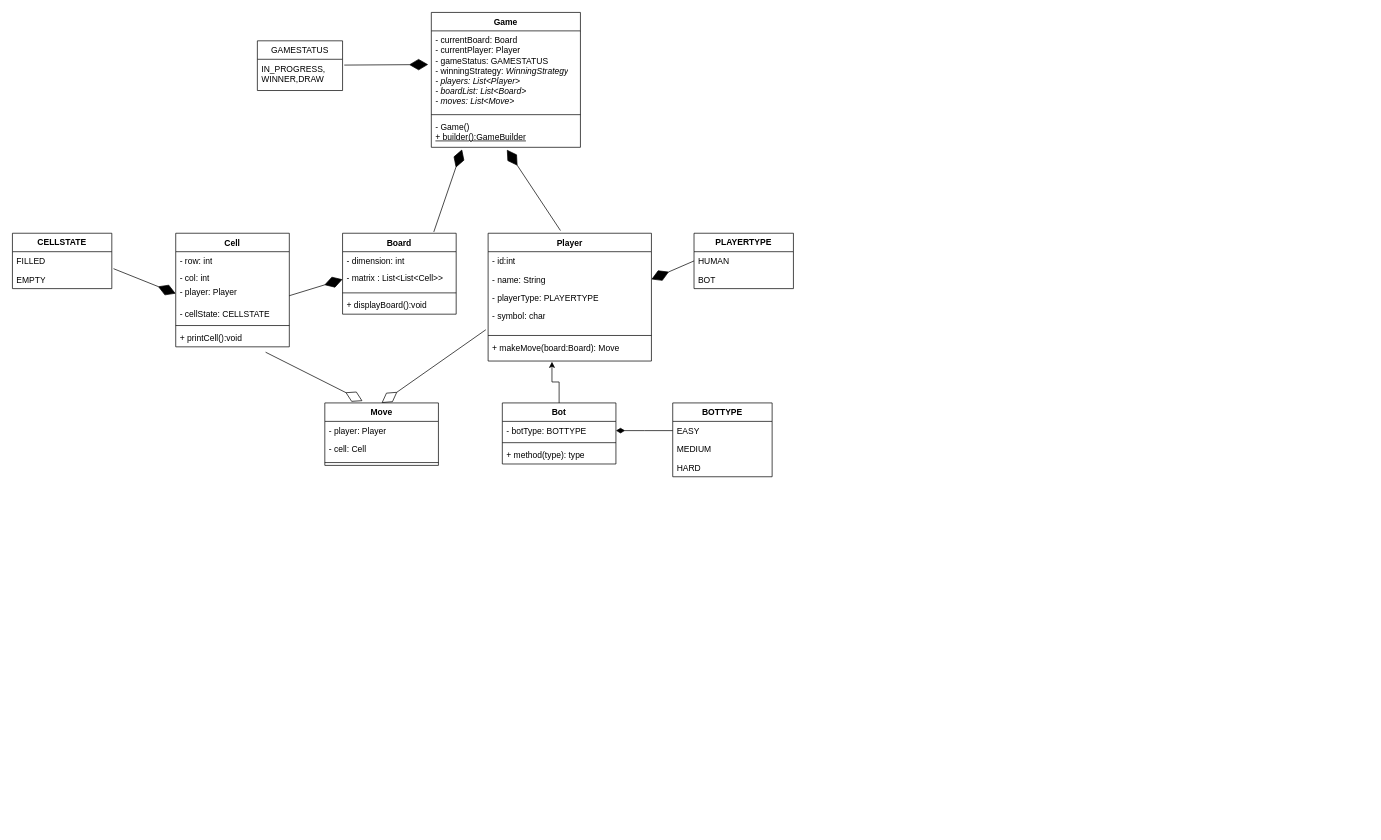
Before: TicTacToe.drawio in VinayTrep/TicTacToe, a draw.io diagram. Source tidied: cells renumbered, new cells numbered last; positions are measured from the earlier drawing's top-left corner, leaving out a move shared by most shapes. Both pictures are drawn from the tidied source at 71%, with x=0, y=0 at pixel (12, 12).
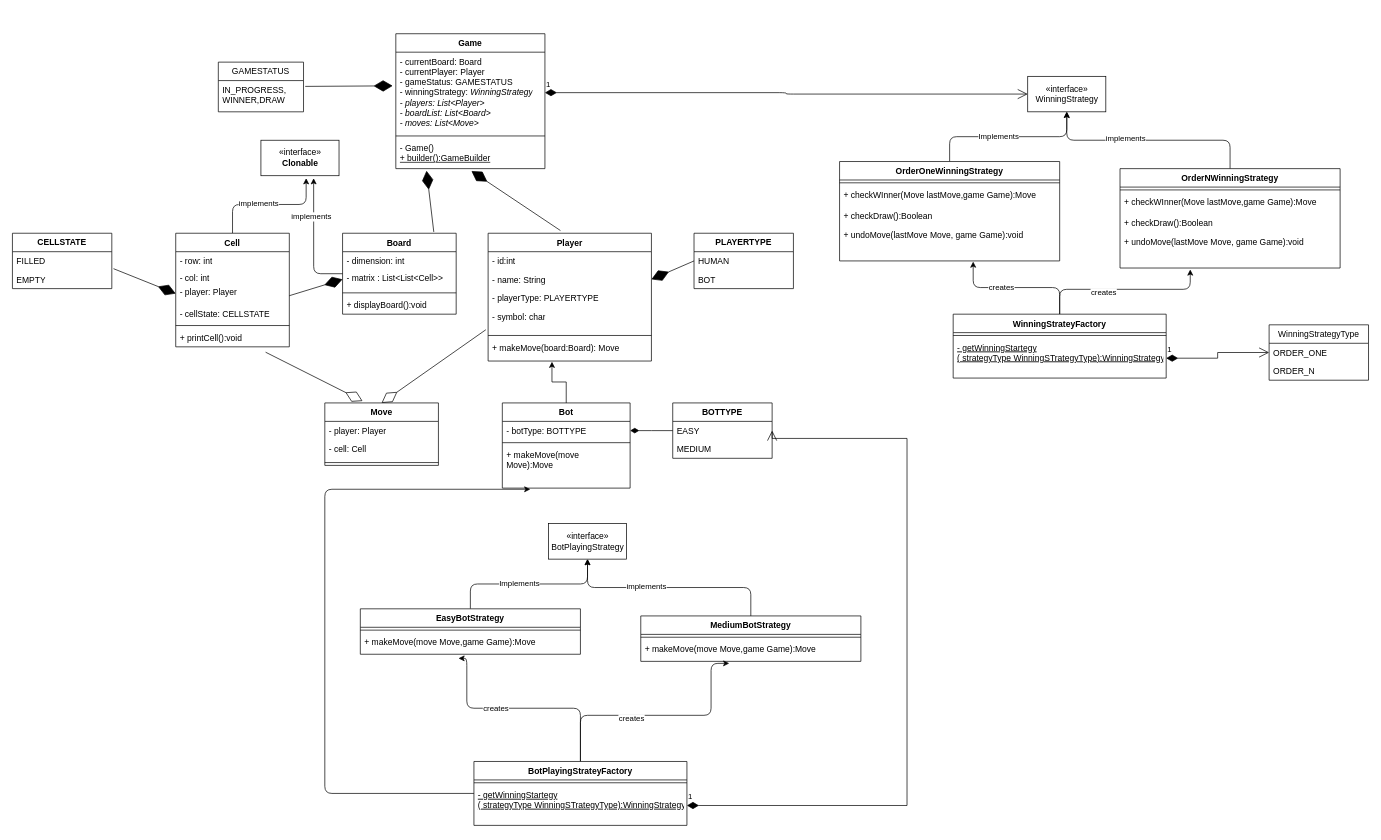
After the change.

The change refers to these unchanged cells:
```xml
<mxCell id="3" value="- currentBoard: Board&lt;br&gt;- currentPlayer: Player&lt;br&gt;- gameStatus: GAMESTATUS&lt;br&gt;- winningStrategy: &lt;i&gt;WinningStrategy&lt;br&gt;- players: List&amp;lt;Player&amp;gt;&lt;br&gt;- boardList: List&amp;lt;Board&amp;gt;&lt;br&gt;- moves: List&amp;lt;Move&amp;gt;&lt;br&gt;&lt;br&gt;&lt;/i&gt;" style="text;strokeColor=none;fillColor=none;align=left;verticalAlign=top;spacingLeft=4;spacingRight=4;overflow=hidden;points=[[0,0.5],[1,0.5]];portConstraint=eastwest;whiteSpace=wrap;html=1;" parent="2" vertex="1">
  <mxGeometry y="26" width="210" height="114" as="geometry" />
</mxCell>
<mxCell id="6" value="Board" style="swimlane;fontStyle=1;align=center;verticalAlign=top;horizontal=1;startSize=26;whiteSpace=wrap;html=1;" parent="1" vertex="1">
  <mxGeometry x="465" y="311" width="160" height="114" as="geometry" />
</mxCell>
<mxCell id="24" value="Cell" style="swimlane;fontStyle=1;align=center;verticalAlign=top;horizontal=1;startSize=26;whiteSpace=wrap;html=1;" parent="1" vertex="1">
  <mxGeometry x="230" y="311" width="160" height="160" as="geometry" />
</mxCell>
<mxCell id="43" value="EASY" style="text;strokeColor=none;fillColor=none;align=left;verticalAlign=top;spacingLeft=4;spacingRight=4;overflow=hidden;points=[[0,0.5],[1,0.5]];portConstraint=eastwest;whiteSpace=wrap;html=1;" parent="42" vertex="1">
  <mxGeometry y="26" width="140" height="26" as="geometry" />
</mxCell>
```

Change to the diagram source:
```diff
@@
     <mxCell id="2" value="Game" style="swimlane;fontStyle=1;align=center;verticalAlign=top;horizontal=1;startSize=26;whiteSpace=wrap;html=1;" parent="1" vertex="1">
-      <mxGeometry x="590" width="210" height="190" as="geometry" />
+      <mxGeometry x="540" y="30" width="210" height="190" as="geometry" />
     </mxCell>
@@
+    <mxCell id="55" style="edgeStyle=orthogonalEdgeStyle;rounded=1;jettySize=auto;html=1;entryX=0.675;entryY=1.071;entryDx=0;entryDy=0;entryPerimeter=0;" parent="1" edge="1" source="6" target="86">
+      <mxGeometry relative="1" as="geometry" />
+    </mxCell>
+    <mxCell id="56" value="implements" style="edgeLabel;html=1;align=center;verticalAlign=middle;" parent="55" vertex="1">
+      <mxGeometry x="0.38" y="4" relative="1" as="geometry" />
+    </mxCell>
@@
     <mxCell id="18" value="GAMESTATUS" style="swimlane;fontStyle=0;horizontal=1;startSize=26;fillColor=none;whiteSpace=wrap;html=1;" parent="1" vertex="1">
-      <mxGeometry x="345" y="40" width="120" height="70" as="geometry" />
+      <mxGeometry x="290" y="70" width="120" height="70" as="geometry" />
     </mxCell>
@@
+    <mxCell id="57" style="edgeStyle=orthogonalEdgeStyle;rounded=1;jettySize=auto;html=1;entryX=0.579;entryY=1.071;entryDx=0;entryDy=0;entryPerimeter=0;" parent="1" edge="1" source="24" target="86">
+      <mxGeometry relative="1" as="geometry" />
+    </mxCell>
+    <mxCell id="58" value="implements" style="edgeLabel;html=1;align=center;verticalAlign=middle;" parent="57" vertex="1">
+      <mxGeometry x="-0.14" y="2" relative="1" as="geometry">
+        <mxPoint x="-1" as="offset" />
+      </mxGeometry>
+    </mxCell>
@@
     <mxCell id="38" value="Bot" style="swimlane;fontStyle=1;align=center;verticalAlign=top;horizontal=1;startSize=26;whiteSpace=wrap;html=1;" parent="1" vertex="1">
-      <mxGeometry x="690" y="550" width="160" height="86" as="geometry" />
+      <mxGeometry x="690" y="550" width="180" height="120" as="geometry" />
     </mxCell>
     <mxCell id="39" value="- botType: BOTTYPE" style="text;strokeColor=none;fillColor=none;align=left;verticalAlign=top;spacingLeft=4;spacingRight=4;overflow=hidden;points=[[0,0.5],[1,0.5]];portConstraint=eastwest;whiteSpace=wrap;html=1;" parent="38" vertex="1">
-      <mxGeometry y="26" width="160" height="26" as="geometry" />
+      <mxGeometry y="26" width="180" height="26" as="geometry" />
     </mxCell>
     <mxCell id="40" style="line;strokeWidth=1;fillColor=none;align=left;verticalAlign=middle;spacingTop=-1;spacingLeft=3;spacingRight=3;labelPosition=right;strokeColor=inherit;" parent="38" vertex="1">
-      <mxGeometry y="52" width="160" height="8" as="geometry" />
+      <mxGeometry y="52" width="180" height="8" as="geometry" />
     </mxCell>
-    <mxCell id="41" value="+ method(type): type" style="text;strokeColor=none;fillColor=none;align=left;verticalAlign=top;spacingLeft=4;spacingRight=4;overflow=hidden;points=[[0,0.5],[1,0.5]];portConstraint=eastwest;whiteSpace=wrap;html=1;" parent="38" vertex="1">
-      <mxGeometry y="60" width="160" height="26" as="geometry" />
+    <mxCell id="41" value="+ makeMove(move Move):Move" style="text;strokeColor=none;fillColor=none;align=left;verticalAlign=top;spacingLeft=4;spacingRight=4;overflow=hidden;points=[[0,0.5],[1,0.5]];portConstraint=eastwest;whiteSpace=wrap;html=1;" parent="38" vertex="1">
+      <mxGeometry y="60" width="180" height="60" as="geometry" />
     </mxCell>
     <mxCell id="42" value="&lt;b&gt;BOTTYPE&lt;/b&gt;" style="swimlane;fontStyle=0;horizontal=1;startSize=26;fillColor=none;whiteSpace=wrap;html=1;" parent="1" vertex="1">
-      <mxGeometry x="930" y="550" width="140" height="104" as="geometry" />
+      <mxGeometry x="930" y="550" width="140" height="78" as="geometry" />
     </mxCell>
@@
-    <mxCell id="45" value="HARD" style="text;strokeColor=none;fillColor=none;align=left;verticalAlign=top;spacingLeft=4;spacingRight=4;overflow=hidden;whiteSpace=wrap;html=1;" parent="42" vertex="1">
-      <mxGeometry y="78" width="140" height="26" as="geometry" />
-    </mxCell>
@@
+    <mxCell id="59" value="«interface»&lt;br&gt;WinningStrategy" style="html=1;" parent="1" vertex="1">
+      <mxGeometry x="1430" y="90" width="110" height="50" as="geometry" />
+    </mxCell>
+    <mxCell id="60" style="edgeStyle=orthogonalEdgeStyle;rounded=1;jettySize=auto;html=1;entryX=0.5;entryY=1;entryDx=0;entryDy=0;" parent="1" edge="1" source="62" target="59">
+      <mxGeometry relative="1" as="geometry" />
+    </mxCell>
+    <mxCell id="61" value="Implements" style="edgeLabel;html=1;align=center;verticalAlign=middle;" parent="60" vertex="1">
+      <mxGeometry x="-0.12" y="1" relative="1" as="geometry" />
+    </mxCell>
+    <mxCell id="62" value="OrderOneWinningStrategy" style="swimlane;fontStyle=1;align=center;verticalAlign=top;horizontal=1;startSize=26;" parent="1" vertex="1">
+      <mxGeometry x="1165" y="210" width="310" height="140" as="geometry" />
+    </mxCell>
+    <mxCell id="63" style="line;strokeWidth=1;fillColor=none;align=left;verticalAlign=middle;spacingTop=-1;spacingLeft=3;spacingRight=3;labelPosition=right;strokeColor=inherit;" parent="62" vertex="1">
+      <mxGeometry y="26" width="310" height="8" as="geometry" />
+    </mxCell>
+    <mxCell id="64" value="+ checkWInner(Move lastMove,game Game):Move" style="text;strokeColor=none;fillColor=none;align=left;verticalAlign=top;spacingLeft=4;spacingRight=4;overflow=hidden;" parent="62" vertex="1">
+      <mxGeometry y="34" width="310" height="30" as="geometry" />
+    </mxCell>
+    <mxCell id="65" value="+ checkDraw():Boolean" style="text;strokeColor=none;fillColor=none;align=left;verticalAlign=top;spacingLeft=4;spacingRight=4;overflow=hidden;" parent="62" vertex="1">
+      <mxGeometry y="64" width="310" height="26" as="geometry" />
+    </mxCell>
+    <mxCell id="66" value="+ undoMove(lastMove Move, game Game):void" style="text;strokeColor=none;fillColor=none;align=left;verticalAlign=top;spacingLeft=4;spacingRight=4;overflow=hidden;points=[[0,0.5],[1,0.5]];portConstraint=eastwest;" parent="62" vertex="1">
+      <mxGeometry y="90" width="310" height="50" as="geometry" />
+    </mxCell>
+    <mxCell id="67" style="edgeStyle=orthogonalEdgeStyle;rounded=1;jettySize=auto;html=1;entryX=0.5;entryY=1;entryDx=0;entryDy=0;" parent="1" edge="1" source="69" target="59">
+      <mxGeometry relative="1" as="geometry">
+        <Array as="points">
+          <mxPoint x="1715" y="180" />
+          <mxPoint x="1485" y="180" />
+        </Array>
+      </mxGeometry>
+    </mxCell>
+    <mxCell id="68" value="implements&lt;br&gt;" style="edgeLabel;html=1;align=center;verticalAlign=middle;" parent="67" vertex="1">
+      <mxGeometry x="0.21" y="-3" relative="1" as="geometry" />
+    </mxCell>
+    <mxCell id="69" value="OrderNWinningStrategy" style="swimlane;fontStyle=1;align=center;verticalAlign=top;horizontal=1;startSize=26;" parent="1" vertex="1">
+      <mxGeometry x="1560" y="220" width="310" height="140" as="geometry" />
+    </mxCell>
+    <mxCell id="70" style="line;strokeWidth=1;fillColor=none;align=left;verticalAlign=middle;spacingTop=-1;spacingLeft=3;spacingRight=3;labelPosition=right;strokeColor=inherit;" parent="69" vertex="1">
+      <mxGeometry y="26" width="310" height="8" as="geometry" />
+    </mxCell>
+    <mxCell id="71" value="+ checkWInner(Move lastMove,game Game):Move" style="text;strokeColor=none;fillColor=none;align=left;verticalAlign=top;spacingLeft=4;spacingRight=4;overflow=hidden;" parent="69" vertex="1">
+      <mxGeometry y="34" width="310" height="30" as="geometry" />
+    </mxCell>
+    <mxCell id="72" value="+ checkDraw():Boolean" style="text;strokeColor=none;fillColor=none;align=left;verticalAlign=top;spacingLeft=4;spacingRight=4;overflow=hidden;" parent="69" vertex="1">
+      <mxGeometry y="64" width="310" height="26" as="geometry" />
+    </mxCell>
+    <mxCell id="73" value="+ undoMove(lastMove Move, game Game):void" style="text;strokeColor=none;fillColor=none;align=left;verticalAlign=top;spacingLeft=4;spacingRight=4;overflow=hidden;points=[[0,0.5],[1,0.5]];portConstraint=eastwest;" parent="69" vertex="1">
+      <mxGeometry y="90" width="310" height="50" as="geometry" />
+    </mxCell>
+    <mxCell id="74" style="edgeStyle=orthogonalEdgeStyle;rounded=1;jettySize=auto;html=1;entryX=0.607;entryY=1.019;entryDx=0;entryDy=0;entryPerimeter=0;" parent="1" edge="1" source="78" target="66">
+      <mxGeometry relative="1" as="geometry" />
+    </mxCell>
+    <mxCell id="75" value="creates" style="edgeLabel;html=1;align=center;verticalAlign=middle;" parent="74" vertex="1">
+      <mxGeometry x="0.23" relative="1" as="geometry" />
+    </mxCell>
+    <mxCell id="76" style="edgeStyle=orthogonalEdgeStyle;rounded=1;jettySize=auto;html=1;entryX=0.319;entryY=1.042;entryDx=0;entryDy=0;entryPerimeter=0;" parent="1" edge="1" source="78" target="73">
+      <mxGeometry relative="1" as="geometry">
+        <Array as="points">
+          <mxPoint x="1475" y="390" />
+          <mxPoint x="1659" y="390" />
+        </Array>
+      </mxGeometry>
+    </mxCell>
+    <mxCell id="77" value="creates" style="edgeLabel;html=1;align=center;verticalAlign=middle;" parent="76" vertex="1">
+      <mxGeometry x="-0.22" y="-4" relative="1" as="geometry" />
+    </mxCell>
+    <mxCell id="78" value="WinningStrateyFactory" style="swimlane;fontStyle=1;align=center;verticalAlign=top;horizontal=1;startSize=26;" parent="1" vertex="1">
+      <mxGeometry x="1325" y="425" width="300" height="90" as="geometry" />
+    </mxCell>
+    <mxCell id="79" style="line;strokeWidth=1;fillColor=none;align=left;verticalAlign=middle;spacingTop=-1;spacingLeft=3;spacingRight=3;labelPosition=right;strokeColor=inherit;" parent="78" vertex="1">
+      <mxGeometry y="26" width="300" height="8" as="geometry" />
+    </mxCell>
+    <mxCell id="80" value="- getWinningStartegy&#10;( strategyType WinningSTrategyType):WinningStrategy" style="text;strokeColor=none;fillColor=none;align=left;verticalAlign=top;spacingLeft=4;spacingRight=4;overflow=hidden;points=[[0,0.5],[1,0.5]];portConstraint=eastwest;fontStyle=4;" parent="78" vertex="1">
+      <mxGeometry y="34" width="300" height="56" as="geometry" />
+    </mxCell>
+    <mxCell id="81" value="WinningStrategyType" style="swimlane;fontStyle=0;horizontal=1;startSize=26;fillColor=none;" parent="1" vertex="1">
+      <mxGeometry x="1770" y="440" width="140" height="78" as="geometry" />
+    </mxCell>
+    <mxCell id="82" value="ORDER_ONE" style="text;strokeColor=none;fillColor=none;align=left;verticalAlign=top;spacingLeft=4;spacingRight=4;overflow=hidden;points=[[0,0.5],[1,0.5]];portConstraint=eastwest;" parent="81" vertex="1">
+      <mxGeometry y="26" width="140" height="26" as="geometry" />
+    </mxCell>
+    <mxCell id="83" value="ORDER_N" style="text;strokeColor=none;fillColor=none;align=left;verticalAlign=top;spacingLeft=4;spacingRight=4;overflow=hidden;" parent="81" vertex="1">
+      <mxGeometry y="52" width="140" height="26" as="geometry" />
+    </mxCell>
+    <mxCell id="84" value="1" style="endArrow=open;html=1;endSize=12;startArrow=diamondThin;startSize=14;startFill=1;edgeStyle=orthogonalEdgeStyle;align=left;verticalAlign=bottom;rounded=0;entryX=0;entryY=0.5;entryDx=0;entryDy=0;exitX=1;exitY=0.5;exitDx=0;exitDy=0;" parent="1" edge="1" source="80" target="82">
+      <mxGeometry x="-1" y="3" relative="1" as="geometry" />
+    </mxCell>
+    <mxCell id="85" value="1" style="endArrow=open;html=1;endSize=12;startArrow=diamondThin;startSize=14;startFill=1;edgeStyle=orthogonalEdgeStyle;align=left;verticalAlign=bottom;rounded=1;exitX=1;exitY=0.5;exitDx=0;exitDy=0;entryX=0;entryY=0.5;entryDx=0;entryDy=0;" parent="1" edge="1" source="3" target="59">
+      <mxGeometry x="-1" y="3" relative="1" as="geometry" />
+    </mxCell>
+    <mxCell id="86" value="«interface»&lt;br&gt;&lt;b&gt;Clonable&lt;/b&gt;" style="html=1;" parent="1" vertex="1">
+      <mxGeometry x="350" y="180" width="110" height="50" as="geometry" />
+    </mxCell>
+    <mxCell id="87" value="«interface»&lt;br&gt;BotPlayingStrategy" style="html=1;" parent="1" vertex="1">
+      <mxGeometry x="755" y="720" width="110" height="50" as="geometry" />
+    </mxCell>
+    <mxCell id="88" style="edgeStyle=orthogonalEdgeStyle;rounded=1;jettySize=auto;html=1;entryX=0.5;entryY=1;entryDx=0;entryDy=0;" parent="1" edge="1" source="90" target="87">
+      <mxGeometry relative="1" as="geometry" />
+    </mxCell>
+    <mxCell id="89" value="Implements" style="edgeLabel;html=1;align=center;verticalAlign=middle;" parent="88" vertex="1">
+      <mxGeometry x="-0.12" y="1" relative="1" as="geometry" />
+    </mxCell>
+    <mxCell id="90" value="EasyBotStrategy" style="swimlane;fontStyle=1;align=center;verticalAlign=top;horizontal=1;startSize=26;" parent="1" vertex="1">
+      <mxGeometry x="490" y="840" width="310" height="64" as="geometry" />
+    </mxCell>
+    <mxCell id="91" style="line;strokeWidth=1;fillColor=none;align=left;verticalAlign=middle;spacingTop=-1;spacingLeft=3;spacingRight=3;labelPosition=right;strokeColor=inherit;" parent="90" vertex="1">
+      <mxGeometry y="26" width="310" height="8" as="geometry" />
+    </mxCell>
+    <mxCell id="92" value="+ makeMove(move Move,game Game):Move" style="text;strokeColor=none;fillColor=none;align=left;verticalAlign=top;spacingLeft=4;spacingRight=4;overflow=hidden;points=[[0,0.5],[1,0.5]];portConstraint=eastwest;" parent="90" vertex="1">
+      <mxGeometry y="34" width="310" height="30" as="geometry" />
+    </mxCell>
+    <mxCell id="93" style="edgeStyle=orthogonalEdgeStyle;rounded=1;jettySize=auto;html=1;entryX=0.5;entryY=1;entryDx=0;entryDy=0;" parent="1" edge="1" source="95" target="87">
+      <mxGeometry relative="1" as="geometry">
+        <Array as="points">
+          <mxPoint x="1040" y="810" />
+          <mxPoint x="810" y="810" />
+        </Array>
+      </mxGeometry>
+    </mxCell>
+    <mxCell id="94" value="implements&lt;br&gt;" style="edgeLabel;html=1;align=center;verticalAlign=middle;" parent="93" vertex="1">
+      <mxGeometry x="0.21" y="-3" relative="1" as="geometry" />
+    </mxCell>
+    <mxCell id="95" value="MediumBotStrategy" style="swimlane;fontStyle=1;align=center;verticalAlign=top;horizontal=1;startSize=26;" parent="1" vertex="1">
+      <mxGeometry x="885" y="850" width="310" height="64" as="geometry" />
+    </mxCell>
+    <mxCell id="96" style="line;strokeWidth=1;fillColor=none;align=left;verticalAlign=middle;spacingTop=-1;spacingLeft=3;spacingRight=3;labelPosition=right;strokeColor=inherit;" parent="95" vertex="1">
+      <mxGeometry y="26" width="310" height="8" as="geometry" />
+    </mxCell>
+    <mxCell id="97" value="+ makeMove(move Move,game Game):Move" style="text;strokeColor=none;fillColor=none;align=left;verticalAlign=top;spacingLeft=4;spacingRight=4;overflow=hidden;points=[[0,0.5],[1,0.5]];portConstraint=eastwest;" parent="95" vertex="1">
+      <mxGeometry y="34" width="310" height="30" as="geometry" />
+    </mxCell>
+    <mxCell id="98" style="edgeStyle=orthogonalEdgeStyle;rounded=1;jettySize=auto;html=1;entryX=0.446;entryY=1.192;entryDx=0;entryDy=0;entryPerimeter=0;" parent="1" edge="1" source="103" target="92">
+      <mxGeometry relative="1" as="geometry">
+        <Array as="points">
+          <mxPoint x="800" y="980" />
+          <mxPoint x="640" y="980" />
+          <mxPoint x="640" y="910" />
+        </Array>
+      </mxGeometry>
+    </mxCell>
+    <mxCell id="99" value="creates" style="edgeLabel;html=1;align=center;verticalAlign=middle;" parent="98" vertex="1">
+      <mxGeometry x="0.23" relative="1" as="geometry" />
+    </mxCell>
+    <mxCell id="100" style="edgeStyle=orthogonalEdgeStyle;rounded=1;jettySize=auto;html=1;entryX=0.402;entryY=1.094;entryDx=0;entryDy=0;entryPerimeter=0;" parent="1" edge="1" source="103" target="97">
+      <mxGeometry relative="1" as="geometry">
+        <Array as="points">
+          <mxPoint x="800" y="990" />
+          <mxPoint x="984" y="990" />
+          <mxPoint x="984" y="917" />
+        </Array>
+      </mxGeometry>
+    </mxCell>
+    <mxCell id="101" value="creates" style="edgeLabel;html=1;align=center;verticalAlign=middle;" parent="100" vertex="1">
+      <mxGeometry x="-0.22" y="-4" relative="1" as="geometry" />
+    </mxCell>
+    <mxCell id="102" style="edgeStyle=orthogonalEdgeStyle;rounded=1;jettySize=auto;html=1;entryX=0.219;entryY=1.027;entryDx=0;entryDy=0;entryPerimeter=0;" parent="1" edge="1" source="103" target="41">
+      <mxGeometry relative="1" as="geometry">
+        <Array as="points">
+          <mxPoint x="440" y="1100" />
+          <mxPoint x="440" y="672" />
+        </Array>
+      </mxGeometry>
+    </mxCell>
+    <mxCell id="103" value="BotPlayingStrateyFactory" style="swimlane;fontStyle=1;align=center;verticalAlign=top;horizontal=1;startSize=26;" parent="1" vertex="1">
+      <mxGeometry x="650" y="1055" width="300" height="90" as="geometry" />
+    </mxCell>
+    <mxCell id="104" style="line;strokeWidth=1;fillColor=none;align=left;verticalAlign=middle;spacingTop=-1;spacingLeft=3;spacingRight=3;labelPosition=right;strokeColor=inherit;" parent="103" vertex="1">
+      <mxGeometry y="26" width="300" height="8" as="geometry" />
+    </mxCell>
+    <mxCell id="105" value="- getWinningStartegy&#10;( strategyType WinningSTrategyType):WinningStrategy" style="text;strokeColor=none;fillColor=none;align=left;verticalAlign=top;spacingLeft=4;spacingRight=4;overflow=hidden;points=[[0,0.5],[1,0.5]];portConstraint=eastwest;fontStyle=4;" parent="103" vertex="1">
+      <mxGeometry y="34" width="300" height="56" as="geometry" />
+    </mxCell>
+    <mxCell id="106" value="1" style="endArrow=open;html=1;endSize=12;startArrow=diamondThin;startSize=14;startFill=1;edgeStyle=orthogonalEdgeStyle;align=left;verticalAlign=bottom;rounded=0;entryX=1;entryY=0.5;entryDx=0;entryDy=0;exitX=1;exitY=0.5;exitDx=0;exitDy=0;" parent="1" edge="1" source="105" target="43">
+      <mxGeometry x="-1" y="3" relative="1" as="geometry">
+        <Array as="points">
+          <mxPoint x="1260" y="1117" />
+          <mxPoint x="1260" y="600" />
+          <mxPoint x="1070" y="600" />
+        </Array>
+      </mxGeometry>
+    </mxCell>
```
